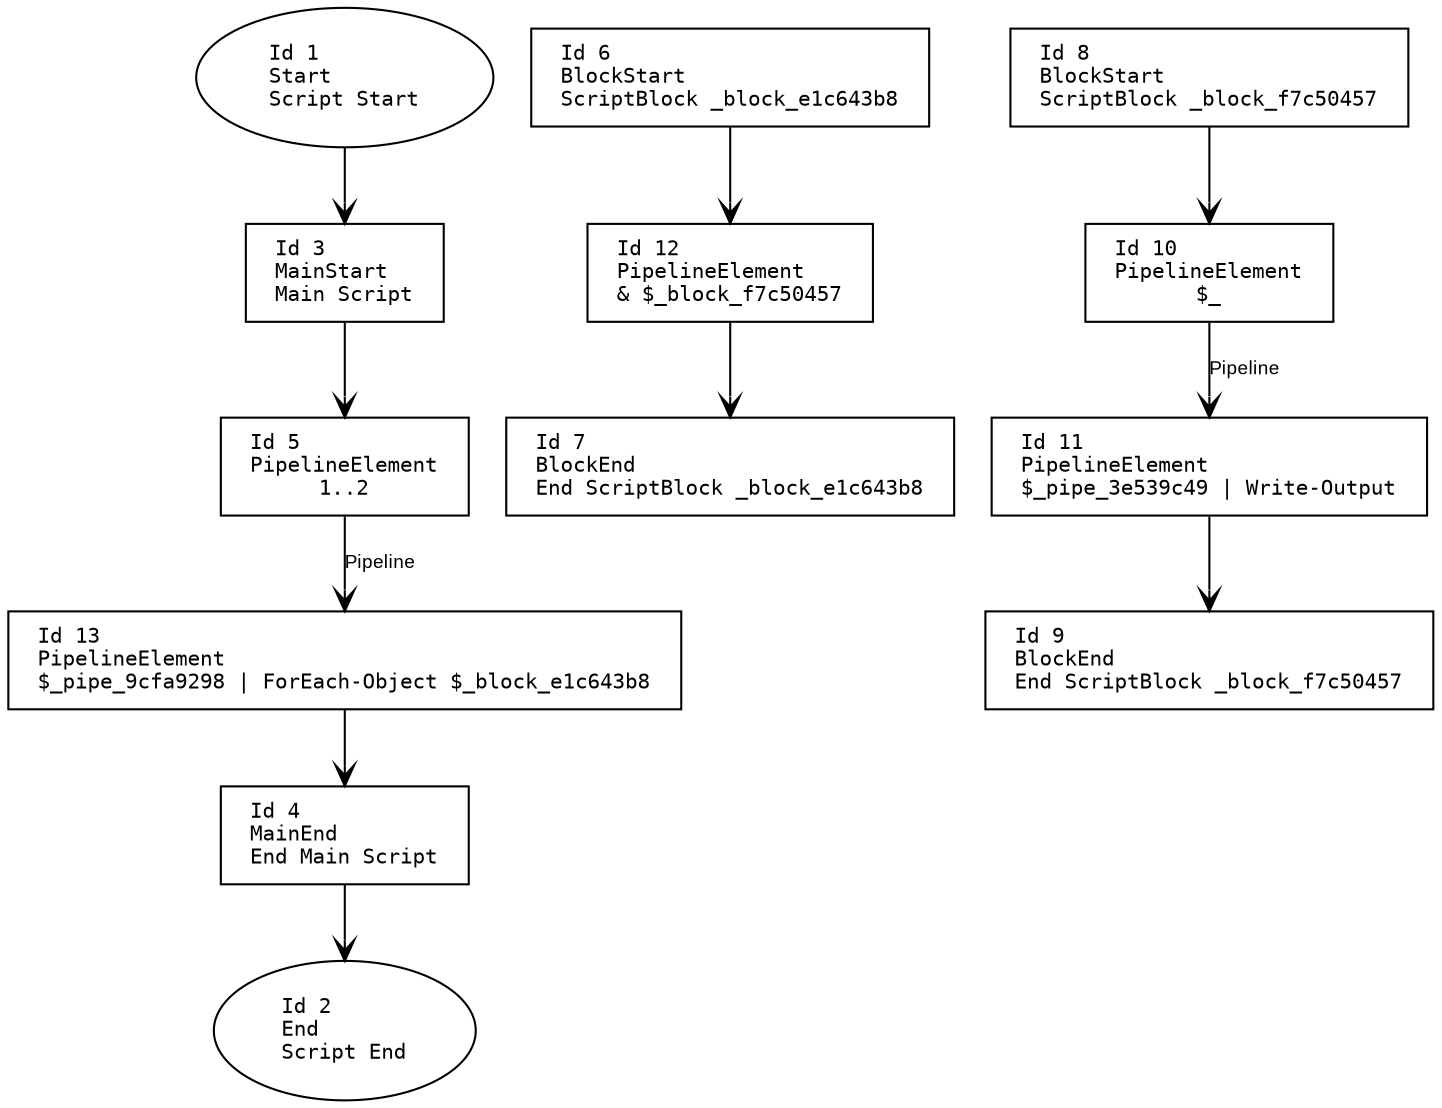
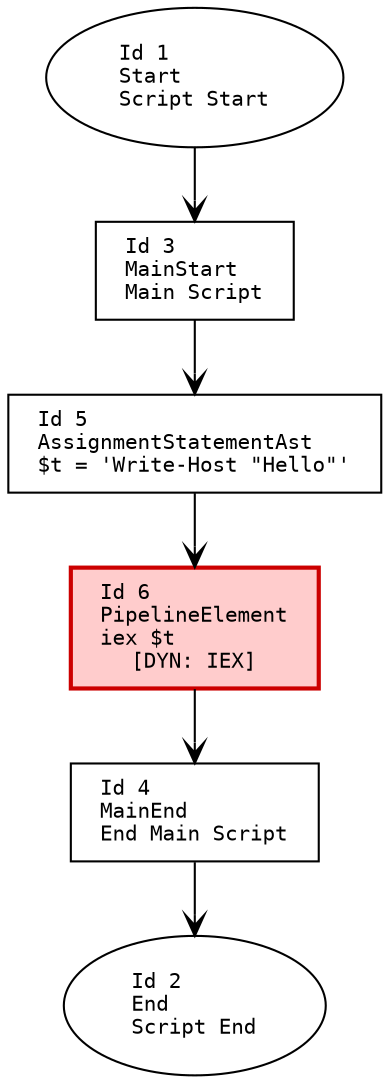
digraph G {
    rankdir=TB;
    node [
        fontname="Consolas"
        shape=box
        width=0
        height=0
        margin="0.2,0.1"
        fontsize=10
    ];
    edge [fontname="Arial", arrowhead=vee, fontsize=9];

    // Nodes
    1 [label="Id 1\lStart\lScript Start", shape=oval];
    2 [label="Id 2\lEnd\lScript End", shape=oval];
    3 [label="Id 3\lMainStart\lMain Script", shape=box];
    4 [label="Id 4\lMainEnd\lEnd Main Script", shape=box];
-     5 [label="Id 5\lPipelineElement\l1..2", shape=box];
-     6 [label="Id 6\lBlockStart\lScriptBlock _block_e1c643b8", shape=box];
-     7 [label="Id 7\lBlockEnd\lEnd ScriptBlock _block_e1c643b8", shape=box];
-     8 [label="Id 8\lBlockStart\lScriptBlock _block_f7c50457", shape=box];
-     9 [label="Id 9\lBlockEnd\lEnd ScriptBlock _block_f7c50457", shape=box];
-     10 [label="Id 10\lPipelineElement\l$_", shape=box];
-     11 [label="Id 11\lPipelineElement\l$_pipe_3e539c49 | Write-Output", shape=box];
-     12 [label="Id 12\lPipelineElement\l& $_block_f7c50457", shape=box];
-     13 [label="Id 13\lPipelineElement\l$_pipe_9cfa9298 | ForEach-Object $_block_e1c643b8", shape=box];
+     5 [label="Id 5\lAssignmentStatementAst\l$t = 'Write-Host \"Hello\"'", shape=box];
+     6 [label="Id 6\lPipelineElement\liex $t\l[DYN: IEX]", shape=box, style=filled, fillcolor="#ffcccc", color="#cc0000", penwidth=2];

    // Edges
    1 -> 3;
    3 -> 5;
-     8 -> 10;
-     10 -> 11 [label="Pipeline"];
-     11 -> 9;
-     6 -> 12;
-     12 -> 7;
-     5 -> 13 [label="Pipeline"];
-     13 -> 4;
+     5 -> 6;
+     6 -> 4;
    4 -> 2;
}